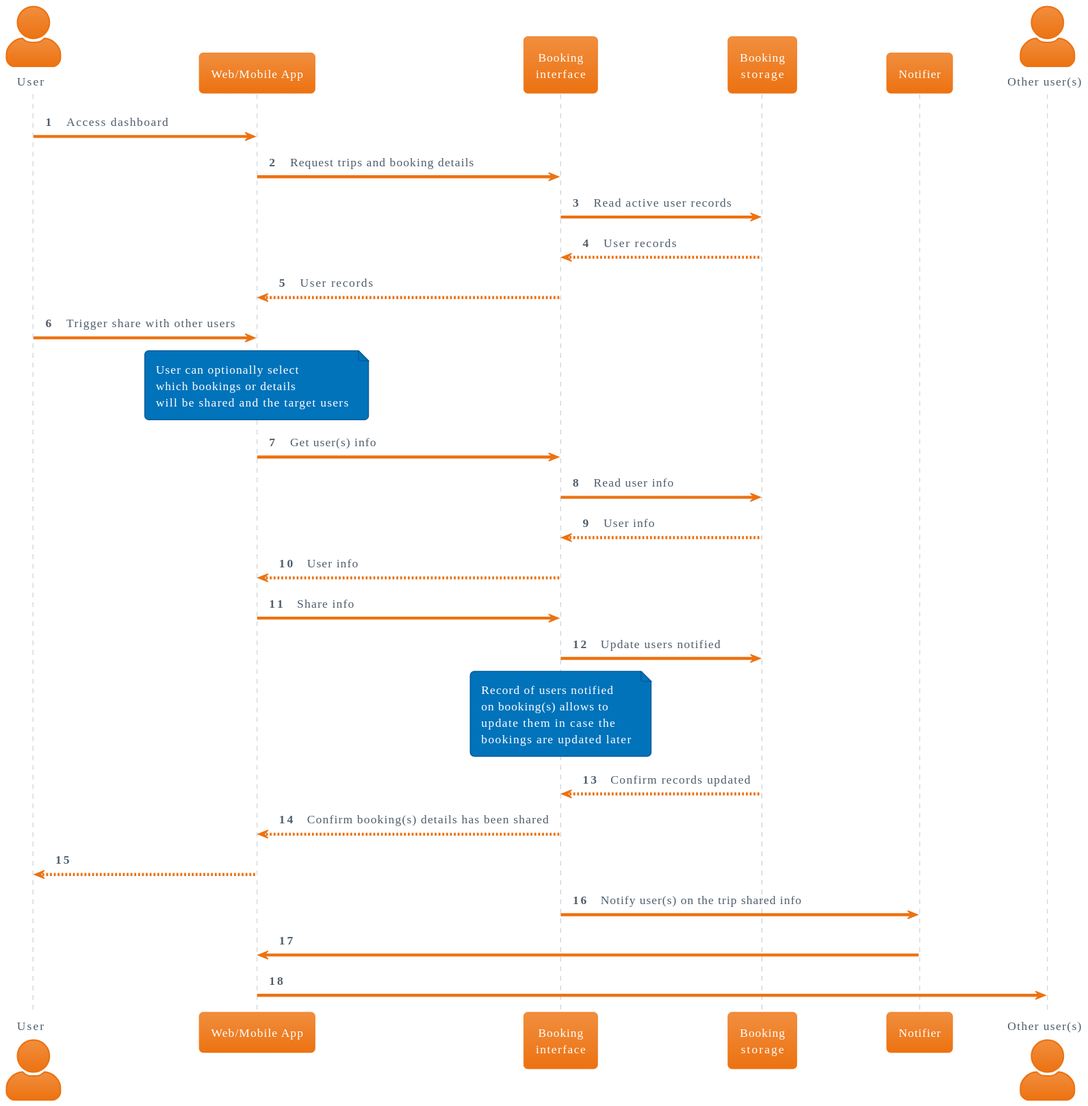
The PlantUML diagram doc/use_cases/user_shares_trip_info_with_other_user.svg in relic-da/ArchEnemies, before a commit. The source it was exported from:
```plantuml
@startuml
!theme aws-orange

skinparam BackgroundColor white
skinparam actorstyle awesome
autonumber 1


actor "User" as user
participant "Web/Mobile App" as app
participant "Booking\ninterface" as booking_interface
participant "Booking\nstorage" as booking_storage
participant "Notifier" as notifier
actor "Other user(s)" as other_user

user -> app: Access dashboard
app -> booking_interface: Request trips and booking details
booking_interface -> booking_storage: Read active user records
return User records
booking_interface --> app: User records
user -> app: Trigger share with other users
note over app
    User can optionally select
    which bookings or details
    will be shared and the target users
end note
app -> booking_interface: Get user(s) info
booking_interface -> booking_storage: Read user info
return User info
booking_interface --> app: User info
app -> booking_interface: Share info
booking_interface -> booking_storage: Update users notified
note over booking_interface
    Record of users notified
    on booking(s) allows to
    update them in case the
    bookings are updated later
end note
return Confirm records updated
booking_interface --> app: Confirm booking(s) details has been shared
app --> user
booking_interface -> notifier: Notify user(s) on the trip shared info
notifier -> app
app -> other_user
@enduml
```
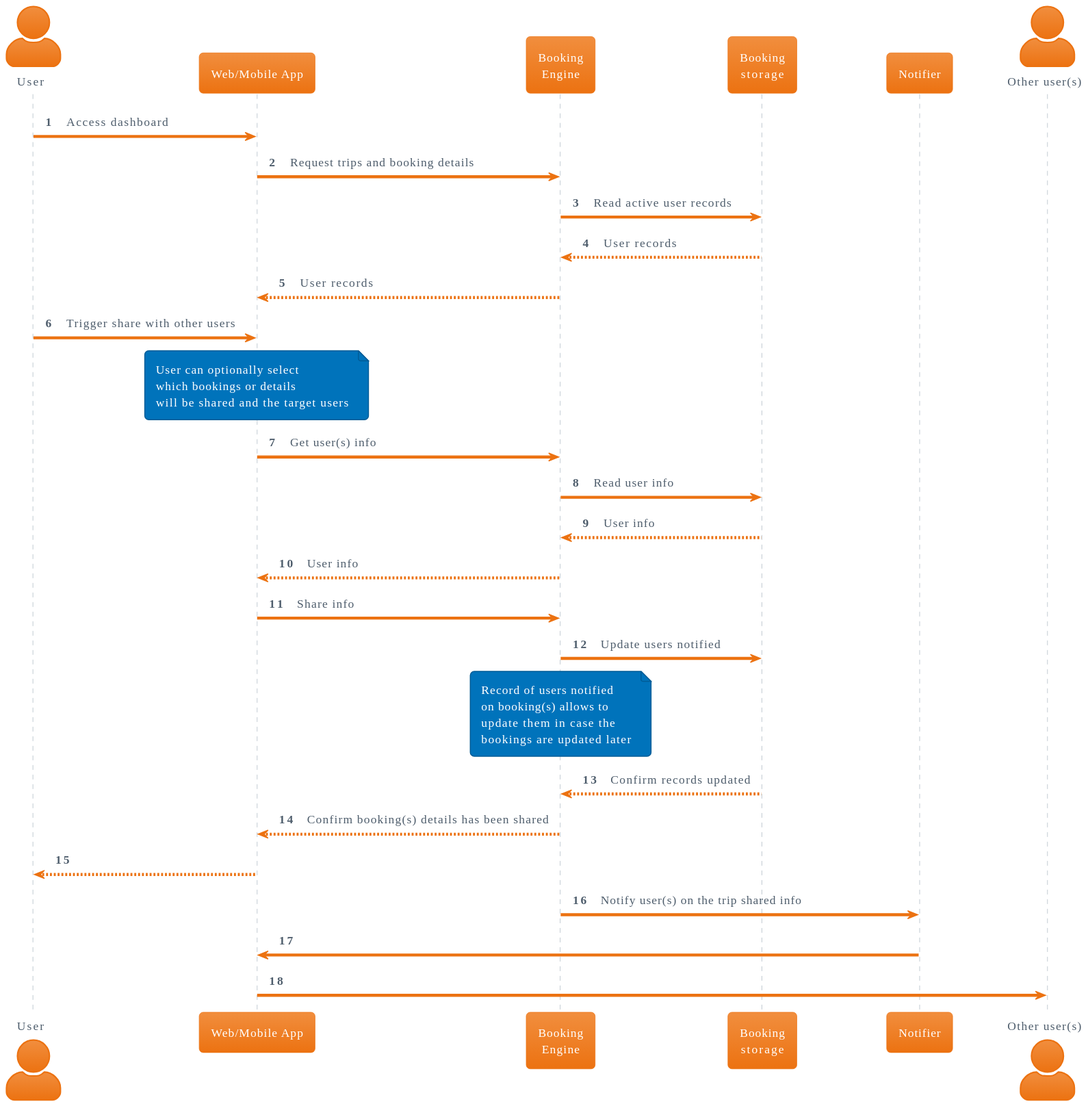
The same file after the commit.

The edit, as a diff of the source:
```diff
@@ -8,38 +8,38 @@
 
 actor "User" as user
 participant "Web/Mobile App" as app
-participant "Booking\ninterface" as booking_interface
+participant "Booking\nEngine" as booking_engine
 participant "Booking\nstorage" as booking_storage
 participant "Notifier" as notifier
 actor "Other user(s)" as other_user
 
 user -> app: Access dashboard
-app -> booking_interface: Request trips and booking details
-booking_interface -> booking_storage: Read active user records
+app -> booking_engine: Request trips and booking details
+booking_engine -> booking_storage: Read active user records
 return User records
-booking_interface --> app: User records
+booking_engine --> app: User records
 user -> app: Trigger share with other users
 note over app
     User can optionally select
     which bookings or details
     will be shared and the target users
 end note
-app -> booking_interface: Get user(s) info
-booking_interface -> booking_storage: Read user info
+app -> booking_engine: Get user(s) info
+booking_engine -> booking_storage: Read user info
 return User info
-booking_interface --> app: User info
-app -> booking_interface: Share info
-booking_interface -> booking_storage: Update users notified
-note over booking_interface
+booking_engine --> app: User info
+app -> booking_engine: Share info
+booking_engine -> booking_storage: Update users notified
+note over booking_engine
     Record of users notified
     on booking(s) allows to
     update them in case the
     bookings are updated later
 end note
 return Confirm records updated
-booking_interface --> app: Confirm booking(s) details has been shared
+booking_engine --> app: Confirm booking(s) details has been shared
 app --> user
-booking_interface -> notifier: Notify user(s) on the trip shared info
+booking_engine -> notifier: Notify user(s) on the trip shared info
 notifier -> app
 app -> other_user
 @enduml
```
